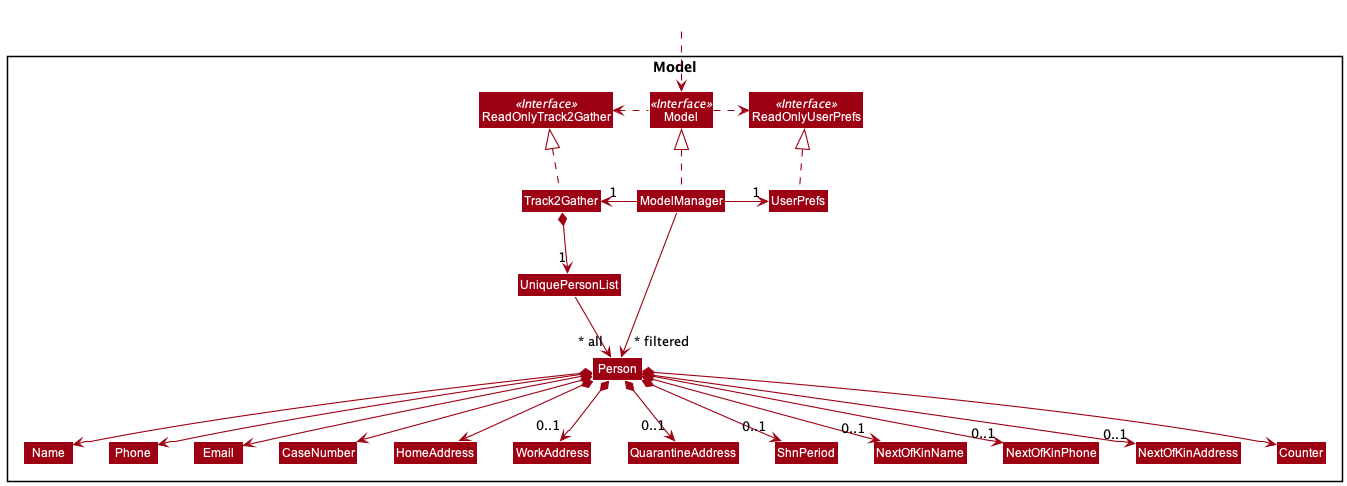
This is docs/images/ModelClassDiagram.png from nus-cs2103-AY2122S1/tp, a PlantUML export, as it was before one commit.
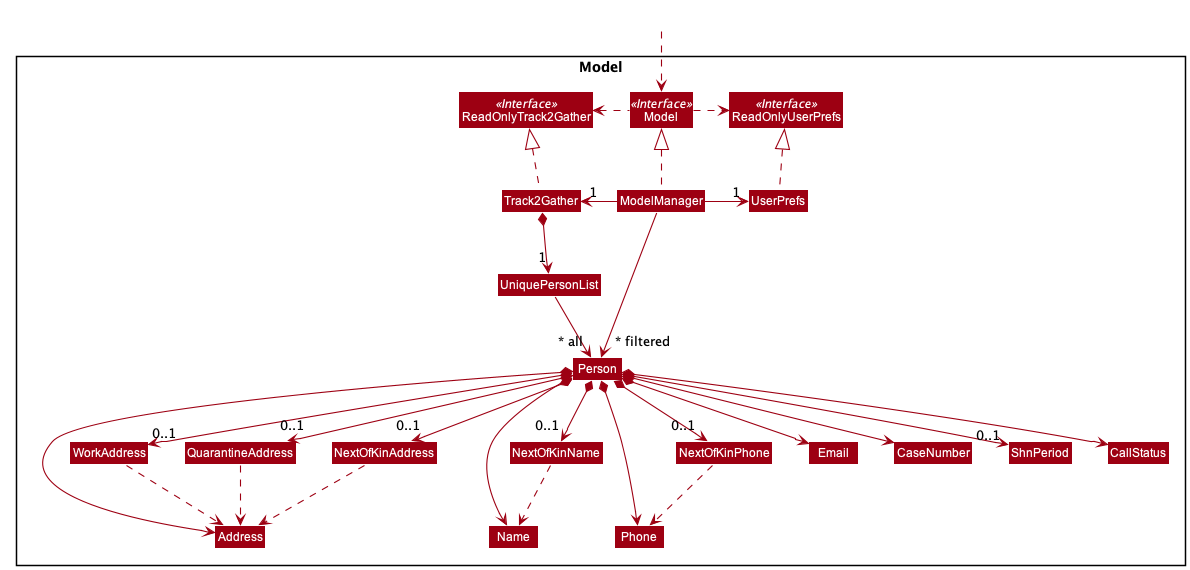
Above is the later version.

Diff of the diagram source:
```diff
@@ -22,14 +22,14 @@
 Class Phone
 Class Email
 Class CaseNumber
-Class HomeAddress
+Class Address
 Class WorkAddress
 Class QuarantineAddress
 Class ShnPeriod
 Class NextOfKinName
 Class NextOfKinPhone
 Class NextOfKinAddress
-Class Counter
+Class CallStatus
 
 }
 
@@ -51,26 +51,32 @@
 Person *--> Phone
 Person *--> Email
 Person *--> CaseNumber
-Person *--> HomeAddress
+Person *--> Address
 Person *--> "0..1" WorkAddress
 Person *--> "0..1" QuarantineAddress
 Person *--> "0..1" ShnPeriod
 Person *--> "0..1" NextOfKinName
 Person *--> "0..1" NextOfKinPhone
 Person *--> "0..1" NextOfKinAddress
-Person *--> Counter
+Person *--> CallStatus
 
+Address -[hidden]right-> Name
 Name -[hidden]right-> Phone
-Phone -[hidden]right-> Email
+
+WorkAddress -[hidden]right-> QuarantineAddress
+QuarantineAddress -[hidden]right-> NextOfKinAddress
+NextOfKinAddress -[hidden]right-> NextOfKinName
+NextOfKinName -[hidden]right-> NextOfKinPhone
+NextOfKinPhone -[hidden]right-> Email
 Email -[hidden]right-> CaseNumber
-CaseNumber -[hidden]right-> HomeAddress
-HomeAddress -[hidden]right-> WorkAddress
-WorkAddress -[hidden]right-> QuarantineAddress
-QuarantineAddress -[hidden]right-> ShnPeriod
-ShnPeriod -[hidden]right-> NextOfKinName
-NextOfKinName -[hidden]right-> NextOfKinPhone
-NextOfKinPhone -[hidden]right-> NextOfKinAddress
-NextOfKinAddress -[hidden]right-> Counter
+CaseNumber -[hidden]right-> ShnPeriod
+ShnPeriod -[hidden]right-> CallStatus
+
+WorkAddress ..> Address
+QuarantineAddress ..> Address
+NextOfKinName ..> Name
+NextOfKinPhone ..> Phone
+NextOfKinAddress ..> Address
 
 ModelManager -->"~* filtered" Person
 @enduml
```
